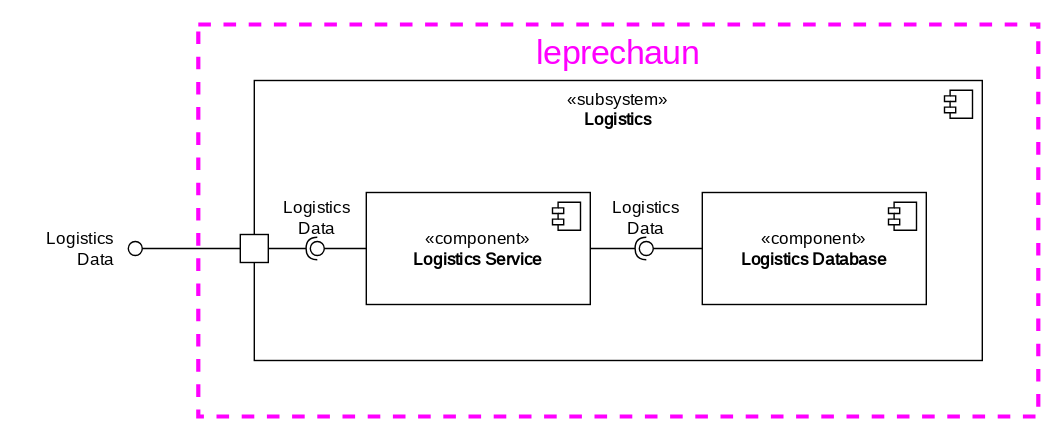
PWR-ACS-SE-24/SoftwareSystemDesign keeps this draw.io diagram as documentation/course/e2/images/component-diagram-leprechaun.drawio.svg. Above is the earlier version. Source tidied: cells renumbered, new cells last; positions are measured from the earlier drawing's top-left corner, leaving out a move shared by most shapes.
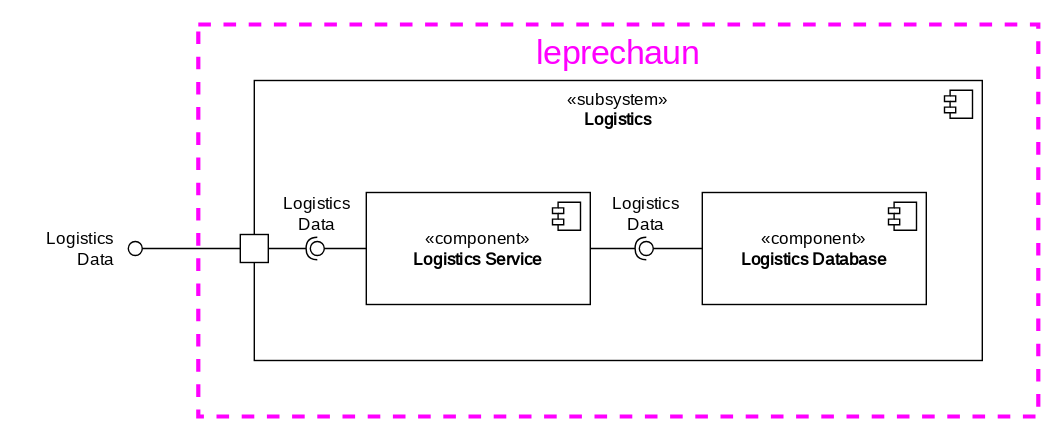
Above is the later version.

Diff of the diagram source:
```diff
@@ -35,7 +35,7 @@
     <mxCell id="10" style="rounded=0;jettySize=auto;html=1;endArrow=oval;endFill=0;sketch=0;sourcePerimeterSpacing=0;targetPerimeterSpacing=0;endSize=10;exitX=0;exitY=0.5;exitDx=0;exitDy=0;fontFamily=JetBrains Mono;fontSource=https%3A%2F%2Ffonts.googleapis.com%2Fcss%3Ffamily%3DJetBrains%2BMono;" parent="1" edge="1" source="7" target="11">
       <mxGeometry relative="1" as="geometry" />
     </mxCell>
-    <mxCell id="11" value="&lt;div&gt;Logistics&lt;/div&gt;&lt;div&gt;Data&lt;br&gt;&lt;/div&gt;" style="ellipse;whiteSpace=wrap;html=1;align=center;fillColor=none;strokeColor=none;perimeter=centerPerimeter;points=[];outlineConnect=1;labelPosition=center;verticalLabelPosition=top;verticalAlign=bottom;spacingLeft=0;fontFamily=JetBrains Mono;fontSource=https%3A%2F%2Ffonts.googleapis.com%2Fcss%3Ffamily%3DJetBrains%2BMono;" parent="1" vertex="1">
+    <mxCell id="11" value="&lt;div&gt;Logistics&lt;/div&gt;&lt;div&gt;Data&lt;br&gt;&lt;/div&gt;" style="ellipse;whiteSpace=wrap;html=1;align=center;fillColor=none;strokeColor=none;perimeter=centerPerimeter;points=[];outlineConnect=1;labelPosition=center;verticalLabelPosition=top;verticalAlign=bottom;spacingLeft=0;fontFamily=JetBrains Mono;fontSource=https%3A%2F%2Ffonts.googleapis.com%2Fcss%3Ffamily%3DJetBrains%2BMono;spacingBottom=3;" parent="1" vertex="1">
       <mxGeometry x="365" y="155" width="10" height="10" as="geometry" />
     </mxCell>
     <mxCell id="12" style="fontStyle=0;labelPosition=right;verticalLabelPosition=middle;align=left;verticalAlign=middle;spacingLeft=2;fontFamily=JetBrains Mono;fontSource=https%3A%2F%2Ffonts.googleapis.com%2Fcss%3Ffamily%3DJetBrains%2BMono;" parent="1" vertex="1">
@@ -47,7 +47,7 @@
     <mxCell id="14" style="rounded=0;jettySize=auto;html=1;endArrow=oval;endFill=0;sketch=0;sourcePerimeterSpacing=0;targetPerimeterSpacing=0;endSize=10;exitX=0;exitY=0.5;exitDx=0;exitDy=0;fontFamily=JetBrains Mono;fontSource=https%3A%2F%2Ffonts.googleapis.com%2Fcss%3Ffamily%3DJetBrains%2BMono;" parent="1" edge="1" source="5" target="15">
       <mxGeometry relative="1" as="geometry" />
     </mxCell>
-    <mxCell id="15" value="&lt;div&gt;Logistics&lt;/div&gt;&lt;div&gt;Data&lt;br&gt;&lt;/div&gt;" style="ellipse;whiteSpace=wrap;html=1;align=center;fillColor=none;strokeColor=none;perimeter=centerPerimeter;points=[];outlineConnect=1;labelPosition=center;verticalLabelPosition=top;verticalAlign=bottom;fontFamily=JetBrains Mono;fontSource=https%3A%2F%2Ffonts.googleapis.com%2Fcss%3Ffamily%3DJetBrains%2BMono;" parent="1" vertex="1">
+    <mxCell id="15" value="&lt;div&gt;Logistics&lt;/div&gt;&lt;div&gt;Data&lt;br&gt;&lt;/div&gt;" style="ellipse;whiteSpace=wrap;html=1;align=center;fillColor=none;strokeColor=none;perimeter=centerPerimeter;points=[];outlineConnect=1;labelPosition=center;verticalLabelPosition=top;verticalAlign=bottom;fontFamily=JetBrains Mono;fontSource=https%3A%2F%2Ffonts.googleapis.com%2Fcss%3Ffamily%3DJetBrains%2BMono;spacingBottom=3;" parent="1" vertex="1">
       <mxGeometry x="130" y="155" width="10" height="10" as="geometry" />
     </mxCell>
     <mxCell id="16" style="rounded=0;jettySize=auto;html=1;endArrow=oval;endFill=0;sketch=0;sourcePerimeterSpacing=0;targetPerimeterSpacing=0;endSize=10;exitX=0;exitY=0.5;exitDx=0;exitDy=0;fontFamily=JetBrains Mono;fontSource=https%3A%2F%2Ffonts.googleapis.com%2Fcss%3Ffamily%3DJetBrains%2BMono;" parent="1" edge="1" source="12" target="17">
```
